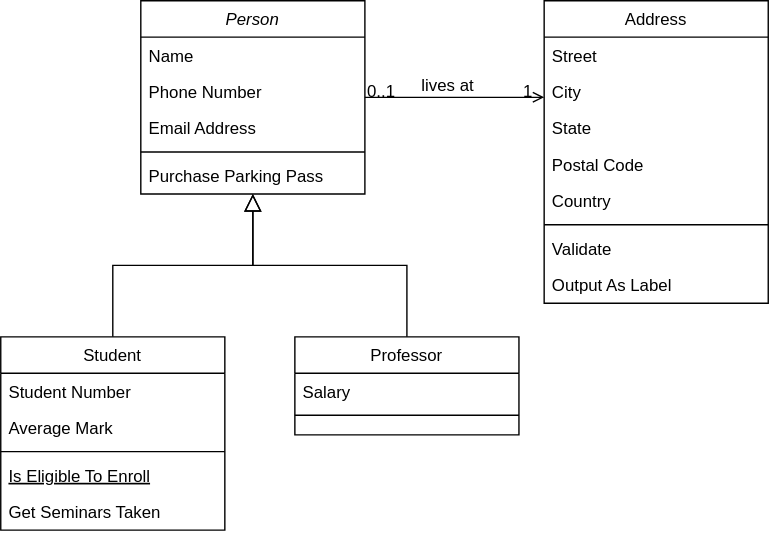
Above: diagrams/class-diagram/Generalization&Specification.drawio.svg in RaresM7373/UML (draw.io), before the change. Source tidied: cells renumbered, new cells last; positions are measured from the earlier drawing's top-left corner, leaving out a move shared by most shapes.
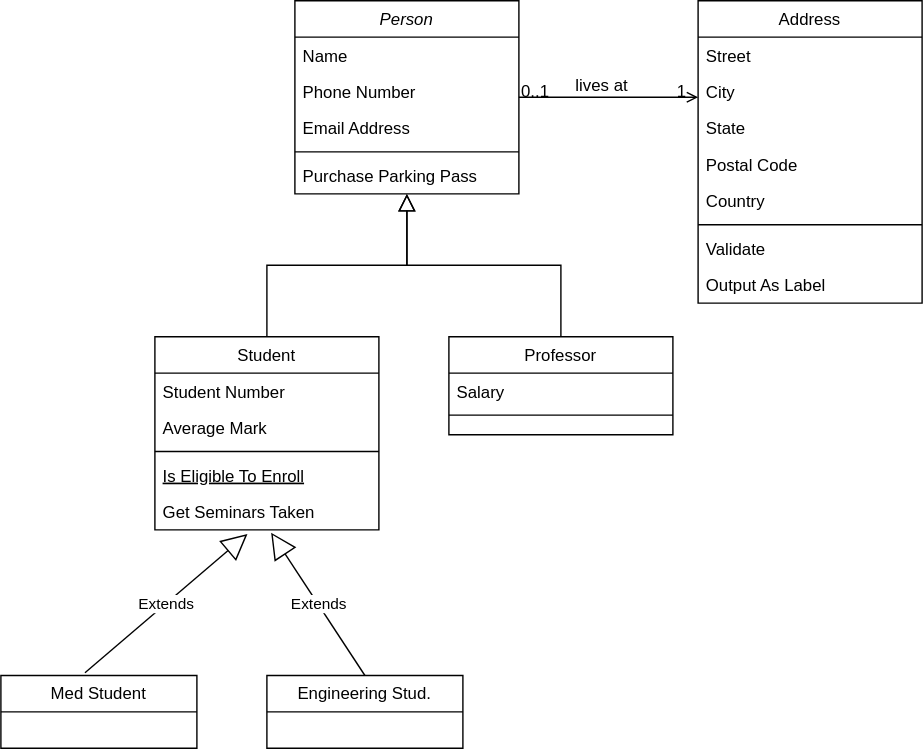
After the commit.

Diff of the diagram source:
```diff
@@ -100,5 +100,17 @@
         <mxPoint x="-38" y="40" as="offset" />
       </mxGeometry>
     </mxCell>
+    <mxCell id="32" value="Engineering Stud." style="swimlane;fontStyle=0;horizontal=1;startSize=26;fillColor=none;whiteSpace=wrap;html=1;" parent="1" vertex="1">
+      <mxGeometry x="80" y="482" width="140" height="52" as="geometry" />
+    </mxCell>
+    <mxCell id="33" value="Med Student" style="swimlane;fontStyle=0;horizontal=1;startSize=26;fillColor=none;whiteSpace=wrap;html=1;" parent="1" vertex="1">
+      <mxGeometry x="-110" y="482" width="140" height="52" as="geometry" />
+    </mxCell>
+    <mxCell id="34" value="Extends" style="endArrow=block;endSize=16;endFill=0;html=1;rounded=0;exitX=0.5;exitY=0;exitDx=0;exitDy=0;entryX=0.519;entryY=1.077;entryDx=0;entryDy=0;entryPerimeter=0;" parent="1" edge="1" source="32" target="13">
+      <mxGeometry relative="1" as="geometry" />
+    </mxCell>
+    <mxCell id="35" value="Extends" style="endArrow=block;endSize=16;endFill=0;html=1;rounded=0;exitX=0.429;exitY=-0.038;exitDx=0;exitDy=0;exitPerimeter=0;entryX=0.413;entryY=1.115;entryDx=0;entryDy=0;entryPerimeter=0;" parent="1" edge="1" source="33" target="13">
+      <mxGeometry relative="1" as="geometry" />
+    </mxCell>
   </root>
 </mxGraphModel>
```
